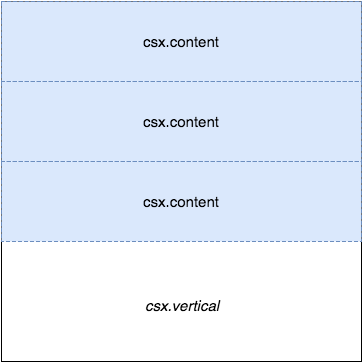
The draw.io diagram public/images/book/flex/vertical.png in typestyle/typestyle.github.io, before a commit. Source tidied: cells renumbered, new cells last; positions are measured from the earlier drawing's top-left corner, leaving out a move shared by most shapes.
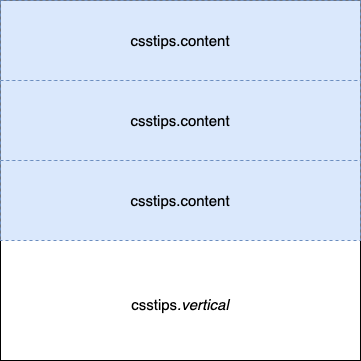
After the commit.

Commit message:
refs https://github.com/typestyle/typestyle.github.io/issues/26

Change to the diagram source:
```diff
@@ -2,16 +2,16 @@
   <root>
     <mxCell id="0" />
     <mxCell id="1" parent="0" />
-    <mxCell id="2" value="&lt;div&gt;&lt;font style=&quot;font-size: 15px&quot;&gt;&lt;br&gt;&lt;/font&gt;&lt;/div&gt;&lt;div&gt;&lt;font style=&quot;font-size: 15px&quot;&gt;&lt;br&gt;&lt;/font&gt;&lt;/div&gt;&lt;div&gt;&lt;font style=&quot;font-size: 15px&quot;&gt;&lt;br&gt;&lt;/font&gt;&lt;/div&gt;&lt;div&gt;&lt;font style=&quot;font-size: 15px&quot;&gt;&lt;br&gt;&lt;/font&gt;&lt;/div&gt;&lt;div&gt;&lt;font style=&quot;font-size: 15px&quot;&gt;&lt;br&gt;&lt;/font&gt;&lt;/div&gt;&lt;div&gt;&lt;font style=&quot;font-size: 15px&quot;&gt;&lt;br&gt;&lt;/font&gt;&lt;/div&gt;&lt;div&gt;&lt;font style=&quot;font-size: 15px&quot;&gt;&lt;br&gt;&lt;/font&gt;&lt;/div&gt;&lt;div&gt;&lt;font style=&quot;font-size: 15px&quot;&gt;&lt;br&gt;&lt;/font&gt;&lt;/div&gt;&lt;div&gt;&lt;font style=&quot;font-size: 15px&quot;&gt;&lt;br&gt;&lt;/font&gt;&lt;/div&gt;&lt;div&gt;&lt;font style=&quot;font-size: 15px&quot;&gt;&lt;br&gt;&lt;/font&gt;&lt;/div&gt;&lt;div&gt;&lt;font style=&quot;font-size: 15px&quot;&gt;&lt;br&gt;&lt;/font&gt;&lt;/div&gt;&lt;div&gt;&lt;font style=&quot;font-size: 15px&quot;&gt;&lt;br&gt;&lt;/font&gt;&lt;/div&gt;&lt;div&gt;&lt;font style=&quot;font-size: 15px&quot;&gt;&lt;br&gt;&lt;/font&gt;&lt;/div&gt;&lt;div&gt;&lt;br&gt;&lt;/div&gt;&lt;div&gt;&lt;font style=&quot;font-size: 15px&quot;&gt;&lt;i&gt;csx.vertical&lt;/i&gt;&lt;/font&gt;&lt;/div&gt;" style="whiteSpace=wrap;html=1;" parent="1" vertex="1">
+    <mxCell id="2" value="&lt;div&gt;&lt;font style=&quot;font-size: 15px&quot;&gt;&lt;br&gt;&lt;/font&gt;&lt;/div&gt;&lt;div&gt;&lt;font style=&quot;font-size: 15px&quot;&gt;&lt;br&gt;&lt;/font&gt;&lt;/div&gt;&lt;div&gt;&lt;font style=&quot;font-size: 15px&quot;&gt;&lt;br&gt;&lt;/font&gt;&lt;/div&gt;&lt;div&gt;&lt;font style=&quot;font-size: 15px&quot;&gt;&lt;br&gt;&lt;/font&gt;&lt;/div&gt;&lt;div&gt;&lt;font style=&quot;font-size: 15px&quot;&gt;&lt;br&gt;&lt;/font&gt;&lt;/div&gt;&lt;div&gt;&lt;font style=&quot;font-size: 15px&quot;&gt;&lt;br&gt;&lt;/font&gt;&lt;/div&gt;&lt;div&gt;&lt;font style=&quot;font-size: 15px&quot;&gt;&lt;br&gt;&lt;/font&gt;&lt;/div&gt;&lt;div&gt;&lt;font style=&quot;font-size: 15px&quot;&gt;&lt;br&gt;&lt;/font&gt;&lt;/div&gt;&lt;div&gt;&lt;font style=&quot;font-size: 15px&quot;&gt;&lt;br&gt;&lt;/font&gt;&lt;/div&gt;&lt;div&gt;&lt;font style=&quot;font-size: 15px&quot;&gt;&lt;br&gt;&lt;/font&gt;&lt;/div&gt;&lt;div&gt;&lt;font style=&quot;font-size: 15px&quot;&gt;&lt;br&gt;&lt;/font&gt;&lt;/div&gt;&lt;div&gt;&lt;font style=&quot;font-size: 15px&quot;&gt;&lt;br&gt;&lt;/font&gt;&lt;/div&gt;&lt;div&gt;&lt;font style=&quot;font-size: 15px&quot;&gt;&lt;br&gt;&lt;/font&gt;&lt;/div&gt;&lt;div&gt;&lt;br&gt;&lt;/div&gt;&lt;span style=&quot;font-size: 15px&quot;&gt;csstips&lt;/span&gt;&lt;i style=&quot;font-size: 15px&quot;&gt;.vertical&lt;/i&gt;&lt;span style=&quot;font-size: 15px&quot;&gt;&lt;br&gt;&lt;/span&gt;" style="whiteSpace=wrap;html=1;" parent="1" vertex="1">
       <mxGeometry width="360" height="360" as="geometry" />
     </mxCell>
-    <mxCell id="3" value="csx.content" style="whiteSpace=wrap;html=1;dashed=1;fontSize=15;fillColor=#dae8fc;strokeColor=#6c8ebf;" parent="1" vertex="1">
+    <mxCell id="3" value="csstips.content" style="whiteSpace=wrap;html=1;dashed=1;fontSize=15;fillColor=#dae8fc;strokeColor=#6c8ebf;" parent="1" vertex="1">
       <mxGeometry width="360" height="80" as="geometry" />
     </mxCell>
-    <mxCell id="4" value="csx.content" style="whiteSpace=wrap;html=1;dashed=1;fontSize=15;fillColor=#dae8fc;strokeColor=#6c8ebf;" parent="1" vertex="1">
+    <mxCell id="4" value="csstips.content" style="whiteSpace=wrap;html=1;dashed=1;fontSize=15;fillColor=#dae8fc;strokeColor=#6c8ebf;" parent="1" vertex="1">
       <mxGeometry y="80" width="360" height="80" as="geometry" />
     </mxCell>
-    <mxCell id="5" value="csx.content" style="whiteSpace=wrap;html=1;dashed=1;fontSize=15;fillColor=#dae8fc;strokeColor=#6c8ebf;" parent="1" vertex="1">
+    <mxCell id="5" value="csstips.content" style="whiteSpace=wrap;html=1;dashed=1;fontSize=15;fillColor=#dae8fc;strokeColor=#6c8ebf;" parent="1" vertex="1">
       <mxGeometry y="160" width="360" height="80" as="geometry" />
     </mxCell>
   </root>
```
